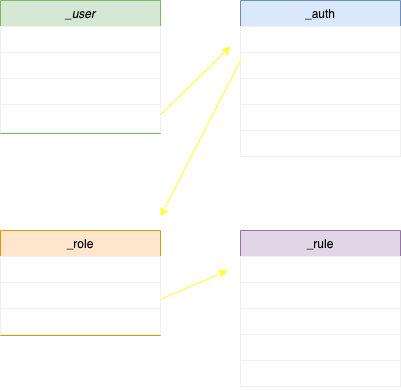
Above: src/Images/drawio-images/user-auth-role-rule.drawio.png in fluree/to-do-lists-generator (draw.io), before the change. Source tidied: cells renumbered, new cells last; positions are measured from the earlier drawing's top-left corner, leaving out a move shared by most shapes.
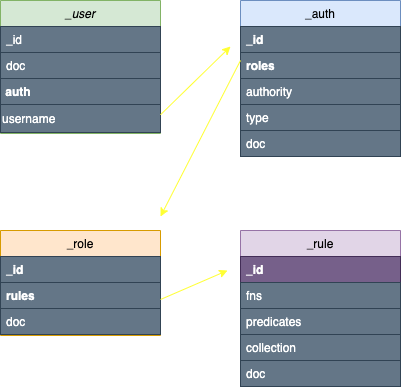
The same diagram one commit later.

Change to the diagram source:
```diff
@@ -5,37 +5,37 @@
     <mxCell id="2" value="_user" style="swimlane;fontStyle=2;align=center;verticalAlign=top;horizontal=1;startSize=26;rounded=0;shadow=0;strokeWidth=1;fillColor=#d5e8d4;strokeColor=#82b366;fontColor=#000000;" parent="1" vertex="1">
       <mxGeometry width="160" height="133" as="geometry" />
     </mxCell>
-    <mxCell id="3" value="_id" style="text;align=left;verticalAlign=middle;spacingLeft=4;spacingRight=4;overflow=hidden;labelBorderColor=none;strokeWidth=1;fontColor=#FFFFFF;strokeColor=#f0f0f0;" parent="2" vertex="1">
+    <mxCell id="3" value="_id" style="text;align=left;verticalAlign=middle;spacingLeft=4;spacingRight=4;overflow=hidden;labelBorderColor=none;strokeWidth=1;labelBackgroundColor=none;fillColor=#647687;strokeColor=#314354;fontColor=#ffffff;" parent="2" vertex="1">
       <mxGeometry y="26" width="160" height="26" as="geometry" />
     </mxCell>
-    <mxCell id="4" value="doc" style="text;align=left;verticalAlign=top;spacingLeft=4;spacingRight=4;overflow=hidden;rounded=0;shadow=0;html=0;perimeterSpacing=4;glass=0;fontColor=#FFFFFF;strokeColor=#f0f0f0;" parent="2" vertex="1">
+    <mxCell id="4" value="doc" style="text;align=left;verticalAlign=top;spacingLeft=4;spacingRight=4;overflow=hidden;rounded=0;shadow=0;html=0;perimeterSpacing=4;glass=0;fontColor=#ffffff;strokeColor=#314354;fillColor=#647687;" parent="2" vertex="1">
       <mxGeometry y="52" width="160" height="26" as="geometry" />
     </mxCell>
-    <mxCell id="5" value="&amp;nbsp;auth" style="text;html=1;fillColor=none;align=left;verticalAlign=middle;whiteSpace=wrap;rounded=0;fontStyle=1;fontColor=#FFFFFF;strokeColor=#f0f0f0;" parent="2" vertex="1">
+    <mxCell id="5" value="&amp;nbsp;auth" style="text;html=1;fillColor=#647687;align=left;verticalAlign=middle;whiteSpace=wrap;rounded=0;fontStyle=1;fontColor=#ffffff;strokeColor=#314354;" parent="2" vertex="1">
       <mxGeometry y="78" width="160" height="26" as="geometry" />
     </mxCell>
-    <mxCell id="6" value="username" style="text;html=1;fillColor=none;align=left;verticalAlign=middle;whiteSpace=wrap;rounded=0;fontColor=#FFFFFF;strokeColor=#f0f0f0;" parent="2" vertex="1">
+    <mxCell id="6" value="username" style="text;html=1;fillColor=#647687;align=left;verticalAlign=middle;whiteSpace=wrap;rounded=0;fontColor=#ffffff;strokeColor=#314354;" parent="2" vertex="1">
       <mxGeometry y="104" width="160" height="28" as="geometry" />
     </mxCell>
     <mxCell id="7" value="_role" style="swimlane;fontStyle=0;align=center;verticalAlign=top;horizontal=1;startSize=26;rounded=0;shadow=0;strokeWidth=1;fillColor=#ffe6cc;strokeColor=#d79b00;fontColor=#000000;" parent="1" vertex="1">
       <mxGeometry y="230" width="160" height="105" as="geometry" />
     </mxCell>
-    <mxCell id="8" value="_id" style="text;align=left;verticalAlign=top;spacingLeft=4;spacingRight=4;overflow=hidden;fontStyle=1;fontColor=#FFFFFF;strokeColor=#f0f0f0;" parent="7" vertex="1">
+    <mxCell id="8" value="_id" style="text;align=left;verticalAlign=top;spacingLeft=4;spacingRight=4;overflow=hidden;fontStyle=1;fontColor=#ffffff;strokeColor=#314354;fillColor=#647687;" parent="7" vertex="1">
       <mxGeometry y="26" width="160" height="26" as="geometry" />
     </mxCell>
-    <mxCell id="9" value="rules" style="text;align=left;verticalAlign=top;spacingLeft=4;spacingRight=4;overflow=hidden;rounded=0;shadow=0;html=0;fontStyle=1;fontColor=#FFFFFF;strokeColor=#f0f0f0;" parent="7" vertex="1">
+    <mxCell id="9" value="rules" style="text;align=left;verticalAlign=top;spacingLeft=4;spacingRight=4;overflow=hidden;rounded=0;shadow=0;html=0;fontStyle=1;fontColor=#ffffff;strokeColor=#314354;fillColor=#647687;" parent="7" vertex="1">
       <mxGeometry y="52" width="160" height="26" as="geometry" />
     </mxCell>
-    <mxCell id="10" value="doc" style="text;align=left;verticalAlign=middle;spacingLeft=4;spacingRight=4;overflow=hidden;fontStyle=0;fontColor=#FFFFFF;strokeColor=#f0f0f0;labelBackgroundColor=none;" parent="7" vertex="1">
+    <mxCell id="10" value="doc" style="text;align=left;verticalAlign=middle;spacingLeft=4;spacingRight=4;overflow=hidden;fontStyle=0;fontColor=#ffffff;strokeColor=#314354;labelBackgroundColor=none;fillColor=#647687;" parent="7" vertex="1">
       <mxGeometry y="78" width="160" height="26" as="geometry" />
     </mxCell>
     <mxCell id="11" value="_auth" style="swimlane;fontStyle=0;align=center;verticalAlign=top;horizontal=1;startSize=26;rounded=0;shadow=0;strokeWidth=1;fillColor=#dae8fc;strokeColor=#6c8ebf;fontColor=#000000;" parent="1" vertex="1">
       <mxGeometry x="240" width="160" height="156" as="geometry" />
     </mxCell>
-    <mxCell id="12" value="_id" style="text;align=left;verticalAlign=top;spacingLeft=4;spacingRight=4;overflow=hidden;fontStyle=1;fontColor=#FFFFFF;strokeColor=#f0f0f0;" parent="11" vertex="1">
+    <mxCell id="12" value="_id" style="text;align=left;verticalAlign=top;spacingLeft=4;spacingRight=4;overflow=hidden;fontStyle=1;fontColor=#ffffff;strokeColor=#314354;fillColor=#647687;" parent="11" vertex="1">
       <mxGeometry y="26" width="160" height="26" as="geometry" />
     </mxCell>
-    <mxCell id="13" value="roles" style="text;align=left;verticalAlign=top;spacingLeft=4;spacingRight=4;overflow=hidden;rounded=0;shadow=0;html=0;fontStyle=1;fontColor=#FFFFFF;strokeColor=#f0f0f0;" parent="11" vertex="1">
+    <mxCell id="13" value="roles" style="text;align=left;verticalAlign=top;spacingLeft=4;spacingRight=4;overflow=hidden;rounded=0;shadow=0;html=0;fontStyle=1;fontColor=#ffffff;strokeColor=#314354;fillColor=#647687;" parent="11" vertex="1">
       <mxGeometry y="52" width="160" height="26" as="geometry" />
     </mxCell>
     <mxCell id="14" style="endArrow=classic;html=1;exitX=1;exitY=0.25;exitDx=0;exitDy=0;fontColor=#FFFF33;strokeColor=#FFFF33;" parent="11" edge="1">
@@ -44,31 +44,31 @@
         <mxPoint x="-10" y="46" as="targetPoint" />
       </mxGeometry>
     </mxCell>
-    <mxCell id="15" value="authority" style="text;align=left;verticalAlign=top;spacingLeft=4;spacingRight=4;overflow=hidden;rounded=0;shadow=0;html=0;fontColor=#FFFFFF;strokeColor=#f0f0f0;" parent="11" vertex="1">
+    <mxCell id="15" value="authority" style="text;align=left;verticalAlign=top;spacingLeft=4;spacingRight=4;overflow=hidden;rounded=0;shadow=0;html=0;fontColor=#ffffff;strokeColor=#314354;fillColor=#647687;" parent="11" vertex="1">
       <mxGeometry y="78" width="160" height="26" as="geometry" />
     </mxCell>
-    <mxCell id="16" value="type" style="text;align=left;verticalAlign=top;spacingLeft=4;spacingRight=4;overflow=hidden;rounded=0;shadow=0;html=0;fontColor=#FFFFFF;strokeColor=#f0f0f0;" parent="11" vertex="1">
+    <mxCell id="16" value="type" style="text;align=left;verticalAlign=top;spacingLeft=4;spacingRight=4;overflow=hidden;rounded=0;shadow=0;html=0;fontColor=#ffffff;strokeColor=#314354;fillColor=#647687;" parent="11" vertex="1">
       <mxGeometry y="104" width="160" height="26" as="geometry" />
     </mxCell>
-    <mxCell id="17" value="doc" style="text;align=left;verticalAlign=top;spacingLeft=4;spacingRight=4;overflow=hidden;rounded=0;shadow=0;html=0;fontColor=#FFFFFF;strokeColor=#f0f0f0;" parent="11" vertex="1">
+    <mxCell id="17" value="doc" style="text;align=left;verticalAlign=top;spacingLeft=4;spacingRight=4;overflow=hidden;rounded=0;shadow=0;html=0;fontColor=#ffffff;strokeColor=#314354;fillColor=#647687;" parent="11" vertex="1">
       <mxGeometry y="130" width="160" height="26" as="geometry" />
     </mxCell>
     <mxCell id="18" value="_rule" style="swimlane;fontStyle=0;align=center;verticalAlign=top;horizontal=1;startSize=26;rounded=0;shadow=0;strokeWidth=1;fillColor=#e1d5e7;strokeColor=#9673a6;fontColor=#000000;" parent="1" vertex="1">
       <mxGeometry x="240" y="230" width="160" height="156" as="geometry" />
     </mxCell>
-    <mxCell id="19" value="_id" style="text;align=left;verticalAlign=top;spacingLeft=4;spacingRight=4;overflow=hidden;fontStyle=1;fontColor=#FFFFFF;strokeColor=#f0f0f0;" parent="18" vertex="1">
+    <mxCell id="19" value="_id" style="text;align=left;verticalAlign=top;spacingLeft=4;spacingRight=4;overflow=hidden;fontStyle=1;fontColor=#ffffff;strokeColor=#432D57;fillColor=#76608a;" parent="18" vertex="1">
       <mxGeometry y="26" width="160" height="26" as="geometry" />
     </mxCell>
-    <mxCell id="20" value="fns" style="text;align=left;verticalAlign=top;spacingLeft=4;spacingRight=4;overflow=hidden;fontColor=#FFFFFF;strokeColor=#f0f0f0;" parent="18" vertex="1">
+    <mxCell id="20" value="fns" style="text;align=left;verticalAlign=top;spacingLeft=4;spacingRight=4;overflow=hidden;fontColor=#ffffff;strokeColor=#314354;fillColor=#647687;" parent="18" vertex="1">
       <mxGeometry y="52" width="160" height="26" as="geometry" />
     </mxCell>
-    <mxCell id="21" value="predicates" style="text;align=left;verticalAlign=top;spacingLeft=4;spacingRight=4;overflow=hidden;fontColor=#FFFFFF;strokeColor=#f0f0f0;" parent="18" vertex="1">
+    <mxCell id="21" value="predicates" style="text;align=left;verticalAlign=top;spacingLeft=4;spacingRight=4;overflow=hidden;fontColor=#ffffff;strokeColor=#314354;fillColor=#647687;" parent="18" vertex="1">
       <mxGeometry y="78" width="160" height="26" as="geometry" />
     </mxCell>
-    <mxCell id="22" value="collection" style="text;align=left;verticalAlign=top;spacingLeft=4;spacingRight=4;overflow=hidden;fontColor=#FFFFFF;strokeColor=#f0f0f0;" parent="18" vertex="1">
+    <mxCell id="22" value="collection" style="text;align=left;verticalAlign=top;spacingLeft=4;spacingRight=4;overflow=hidden;fontColor=#ffffff;strokeColor=#314354;fillColor=#647687;" parent="18" vertex="1">
       <mxGeometry y="104" width="160" height="26" as="geometry" />
     </mxCell>
-    <mxCell id="23" value="doc" style="text;align=left;verticalAlign=top;spacingLeft=4;spacingRight=4;overflow=hidden;fontColor=#FFFFFF;strokeColor=#f0f0f0;" parent="18" vertex="1">
+    <mxCell id="23" value="doc" style="text;align=left;verticalAlign=top;spacingLeft=4;spacingRight=4;overflow=hidden;fontColor=#ffffff;strokeColor=#314354;fillColor=#647687;" parent="18" vertex="1">
       <mxGeometry y="130" width="160" height="26" as="geometry" />
     </mxCell>
     <mxCell id="24" style="endArrow=classic;html=1;fontColor=#FFFF33;strokeColor=#FFFF33;" parent="1" edge="1">
```
